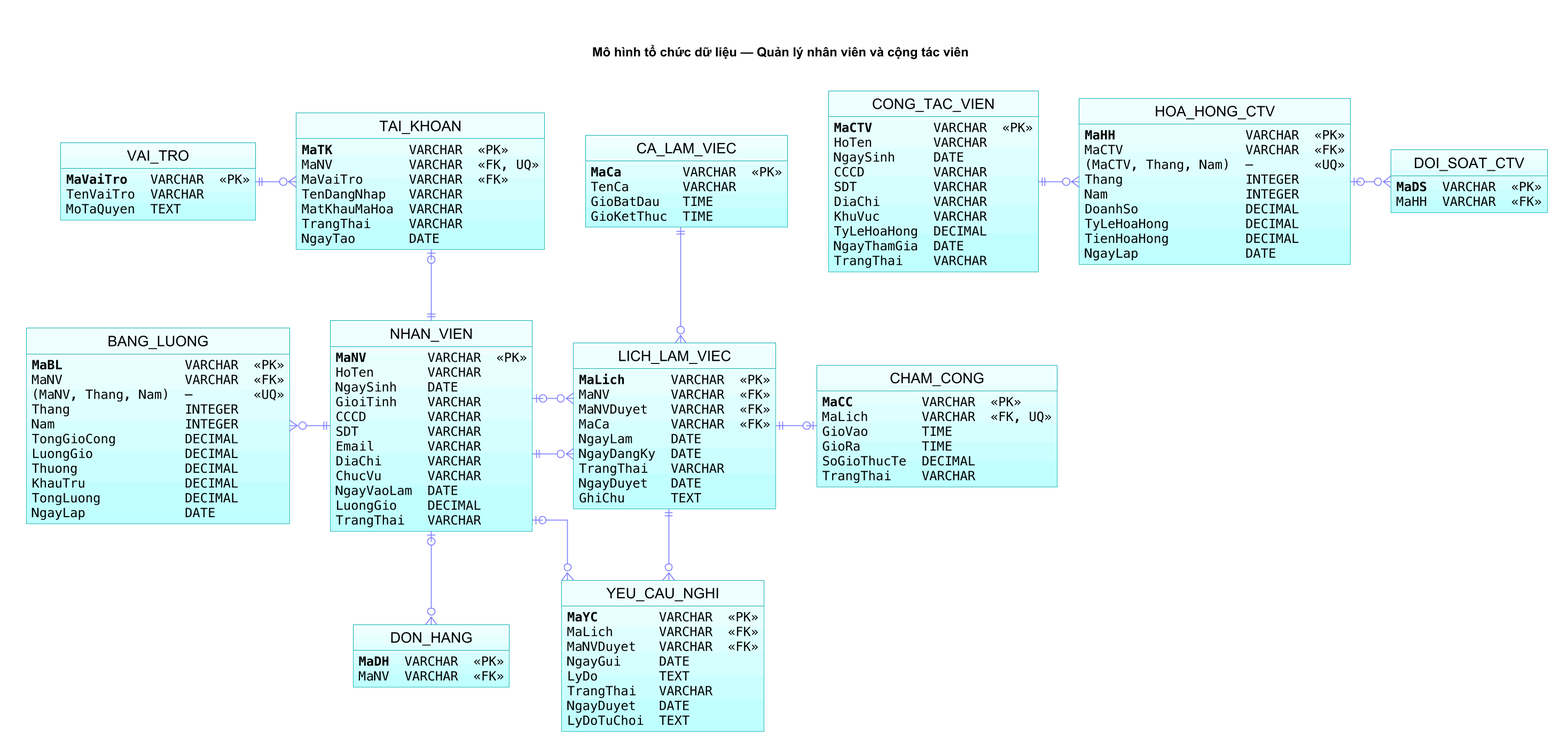
Earlier version of the PlantUML export images/nhansu/PDM_NhanVienCTV.png (PViet69/TT-cardgame-shop). The source it was exported from:
```plantuml
@startuml
skinparam linetype ortho
skinparam backgroundColor white
skinparam defaultFontName Arial
skinparam defaultFontSize 16
skinparam ArrowColor #8080FF
skinparam ClassBackgroundColor #F0FFFF-#BDFFFF
skinparam ClassBorderColor #00AAAA
skinparam ClassFontColor #000000
skinparam ClassAttributeFontColor #000000
skinparam class {
  BackgroundColor<<ChiTiet>> #F0F0FF-#D6D6FF
  BorderColor<<ChiTiet>> #8080FF
}
<style>
classDiagram {
  class {
    RoundCorner 0
    header {
      BackgroundColor transparent
    }
  }
}
document {
  Margin 22
}
</style>
hide stereotype
skinparam shadowing false
skinparam nodesep 45
skinparam ranksep 54
scale 1.7
hide circle
hide methods
title Mô hình tổ chức dữ liệu — Quản lý nhân viên và cộng tác viên

entity "NHAN_VIEN" as NV {
  {field} <font:Menlo><size:14>**MaNV**        VARCHAR  «PK»</size></font>
  {field} <font:Menlo><size:14>HoTen       VARCHAR</size></font>
  {field} <font:Menlo><size:14>NgaySinh    DATE</size></font>
  {field} <font:Menlo><size:14>GioiTinh    VARCHAR</size></font>
  {field} <font:Menlo><size:14>CCCD        VARCHAR</size></font>
  {field} <font:Menlo><size:14>SDT         VARCHAR</size></font>
  {field} <font:Menlo><size:14>Email       VARCHAR</size></font>
  {field} <font:Menlo><size:14>DiaChi      VARCHAR</size></font>
  {field} <font:Menlo><size:14>ChucVu      VARCHAR</size></font>
  {field} <font:Menlo><size:14>NgayVaoLam  DATE</size></font>
  {field} <font:Menlo><size:14>LuongGio    DECIMAL</size></font>
  {field} <font:Menlo><size:14>TrangThai   VARCHAR</size></font>
}

entity "TAI_KHOAN" as TK {
  {field} <font:Menlo><size:14>**MaTK**          VARCHAR  «PK»</size></font>
  {field} <font:Menlo><size:14>MaNV          VARCHAR  «FK, UQ»</size></font>
  {field} <font:Menlo><size:14>MaVaiTro      VARCHAR  «FK»</size></font>
  {field} <font:Menlo><size:14>TenDangNhap   VARCHAR</size></font>
  {field} <font:Menlo><size:14>MatKhauMaHoa  VARCHAR</size></font>
  {field} <font:Menlo><size:14>TrangThai     VARCHAR</size></font>
  {field} <font:Menlo><size:14>NgayTao       DATE</size></font>
}

entity "VAI_TRO" as VT {
  {field} <font:Menlo><size:14>**MaVaiTro**   VARCHAR  «PK»</size></font>
  {field} <font:Menlo><size:14>TenVaiTro  VARCHAR</size></font>
  {field} <font:Menlo><size:14>MoTaQuyen  TEXT</size></font>
}

entity "CA_LAM_VIEC" as CA {
  {field} <font:Menlo><size:14>**MaCa**        VARCHAR  «PK»</size></font>
  {field} <font:Menlo><size:14>TenCa       VARCHAR</size></font>
  {field} <font:Menlo><size:14>GioBatDau   TIME</size></font>
  {field} <font:Menlo><size:14>GioKetThuc  TIME</size></font>
}

entity "LICH_LAM_VIEC" as LICH {
  {field} <font:Menlo><size:14>**MaLich**      VARCHAR  «PK»</size></font>
  {field} <font:Menlo><size:14>MaNV        VARCHAR  «FK»</size></font>
  {field} <font:Menlo><size:14>MaNVDuyet   VARCHAR  «FK»</size></font>
  {field} <font:Menlo><size:14>MaCa        VARCHAR  «FK»</size></font>
  {field} <font:Menlo><size:14>NgayLam     DATE</size></font>
  {field} <font:Menlo><size:14>NgayDangKy  DATE</size></font>
  {field} <font:Menlo><size:14>TrangThai   VARCHAR</size></font>
  {field} <font:Menlo><size:14>NgayDuyet   DATE</size></font>
  {field} <font:Menlo><size:14>GhiChu      TEXT</size></font>
}

entity "YEU_CAU_NGHI" as YC {
  {field} <font:Menlo><size:14>**MaYC**        VARCHAR  «PK»</size></font>
  {field} <font:Menlo><size:14>MaLich      VARCHAR  «FK»</size></font>
  {field} <font:Menlo><size:14>MaNVDuyet   VARCHAR  «FK»</size></font>
  {field} <font:Menlo><size:14>NgayGui     DATE</size></font>
  {field} <font:Menlo><size:14>LyDo        TEXT</size></font>
  {field} <font:Menlo><size:14>TrangThai   VARCHAR</size></font>
  {field} <font:Menlo><size:14>NgayDuyet   DATE</size></font>
  {field} <font:Menlo><size:14>LyDoTuChoi  TEXT</size></font>
}

entity "CHAM_CONG" as CC {
  {field} <font:Menlo><size:14>**MaCC**         VARCHAR  «PK»</size></font>
  {field} <font:Menlo><size:14>MaLich       VARCHAR  «FK, UQ»</size></font>
  {field} <font:Menlo><size:14>GioVao       TIME</size></font>
  {field} <font:Menlo><size:14>GioRa        TIME</size></font>
  {field} <font:Menlo><size:14>SoGioThucTe  DECIMAL</size></font>
  {field} <font:Menlo><size:14>TrangThai    VARCHAR</size></font>
}

entity "BANG_LUONG" as BL {
  {field} <font:Menlo><size:14>**MaBL**                VARCHAR  «PK»</size></font>
  {field} <font:Menlo><size:14>MaNV                VARCHAR  «FK»</size></font>
  {field} <font:Menlo><size:14>(MaNV, Thang, Nam)  —        «UQ»</size></font>
  {field} <font:Menlo><size:14>Thang               INTEGER</size></font>
  {field} <font:Menlo><size:14>Nam                 INTEGER</size></font>
  {field} <font:Menlo><size:14>TongGioCong         DECIMAL</size></font>
  {field} <font:Menlo><size:14>LuongGio            DECIMAL</size></font>
  {field} <font:Menlo><size:14>Thuong              DECIMAL</size></font>
  {field} <font:Menlo><size:14>KhauTru             DECIMAL</size></font>
  {field} <font:Menlo><size:14>TongLuong           DECIMAL</size></font>
  {field} <font:Menlo><size:14>NgayLap             DATE</size></font>
}

entity "CONG_TAC_VIEN" as CTV {
  {field} <font:Menlo><size:14>**MaCTV**        VARCHAR  «PK»</size></font>
  {field} <font:Menlo><size:14>HoTen        VARCHAR</size></font>
  {field} <font:Menlo><size:14>NgaySinh     DATE</size></font>
  {field} <font:Menlo><size:14>CCCD         VARCHAR</size></font>
  {field} <font:Menlo><size:14>SDT          VARCHAR</size></font>
  {field} <font:Menlo><size:14>DiaChi       VARCHAR</size></font>
  {field} <font:Menlo><size:14>KhuVuc       VARCHAR</size></font>
  {field} <font:Menlo><size:14>TyLeHoaHong  DECIMAL</size></font>
  {field} <font:Menlo><size:14>NgayThamGia  DATE</size></font>
  {field} <font:Menlo><size:14>TrangThai    VARCHAR</size></font>
}

entity "HOA_HONG_CTV" as HH {
  {field} <font:Menlo><size:14>**MaHH**                 VARCHAR  «PK»</size></font>
  {field} <font:Menlo><size:14>MaCTV                VARCHAR  «FK»</size></font>
  {field} <font:Menlo><size:14>(MaCTV, Thang, Nam)  —        «UQ»</size></font>
  {field} <font:Menlo><size:14>Thang                INTEGER</size></font>
  {field} <font:Menlo><size:14>Nam                  INTEGER</size></font>
  {field} <font:Menlo><size:14>DoanhSo              DECIMAL</size></font>
  {field} <font:Menlo><size:14>TyLeHoaHong          DECIMAL</size></font>
  {field} <font:Menlo><size:14>TienHoaHong          DECIMAL</size></font>
  {field} <font:Menlo><size:14>NgayLap              DATE</size></font>
}

entity "DON_HANG" as DH {
  {field} <font:Menlo><size:14>**MaDH**  VARCHAR  «PK»</size></font>
  {field} <font:Menlo><size:14>MaNV  VARCHAR  «FK»</size></font>
}

entity "DOI_SOAT_CTV" as DS {
  {field} <font:Menlo><size:14>**MaDS**  VARCHAR  «PK»</size></font>
  {field} <font:Menlo><size:14>MaHH  VARCHAR  «FK»</size></font>
}

VT ||-right-o{ TK
NV ||-up-o| TK
NV ||-right-o{ LICH
NV |o-right-o{ LICH
CA ||-down-o{ LICH
LICH ||-down-o{ YC
NV |o-down-o{ YC
LICH ||-right-o| CC
NV ||-left-o{ BL
CTV ||-right-o{ HH
HH |o-right-o{ DS
NV |o-down-o{ DH
@enduml
```
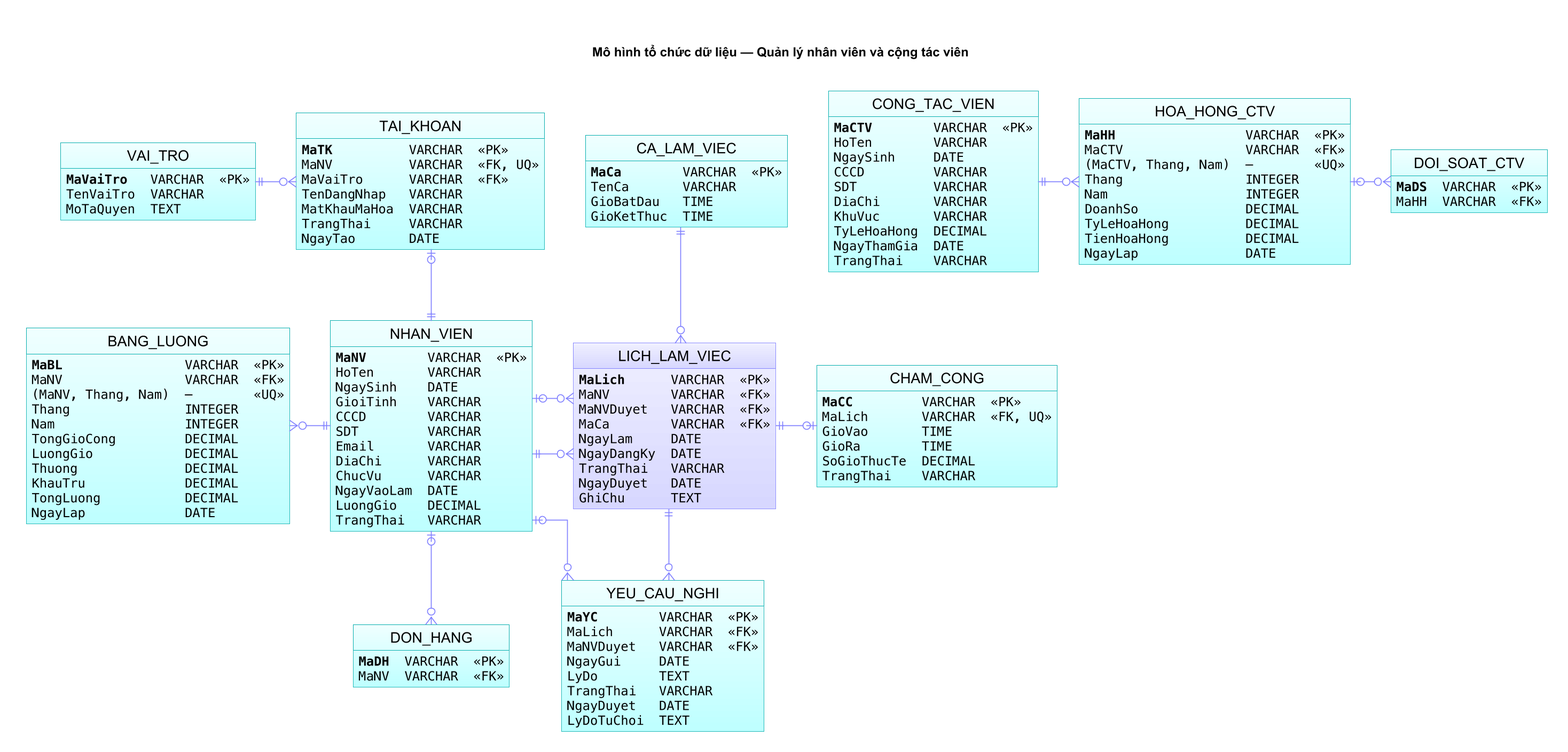
After the commit.

Commit message:
docs: highlight staff scheduling junction table

The edit, as a diff of the source:
```diff
@@ -72,7 +72,7 @@
   {field} <font:Menlo><size:14>GioKetThuc  TIME</size></font>
 }
 
-entity "LICH_LAM_VIEC" as LICH {
+entity "LICH_LAM_VIEC" as LICH <<ChiTiet>> {
   {field} <font:Menlo><size:14>**MaLich**      VARCHAR  «PK»</size></font>
   {field} <font:Menlo><size:14>MaNV        VARCHAR  «FK»</size></font>
   {field} <font:Menlo><size:14>MaNVDuyet   VARCHAR  «FK»</size></font>
```
